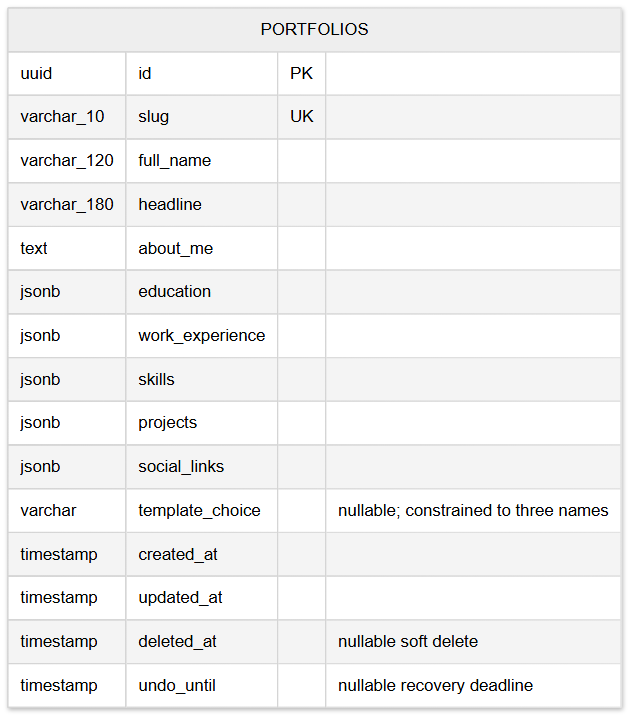
Above: docs/diagrams/portfolio-schema.png in crazyfrogfrog84-dotcom/portgen (Mermaid), before the change. Its source is kept beside it as docs/diagrams/portfolio-schema.mmd. The source it was exported from:
```mermaid
erDiagram
    PORTFOLIOS {
        uuid id PK
        varchar_10 slug UK
        varchar_120 full_name
        varchar_180 headline
        text about_me
        jsonb education
        jsonb work_experience
        jsonb skills
        jsonb projects
        jsonb social_links
        varchar template_choice "nullable; constrained to three names"
        timestamp created_at
        timestamp updated_at
        timestamp deleted_at "nullable soft delete"
        timestamp undo_until "nullable recovery deadline"
    }
```
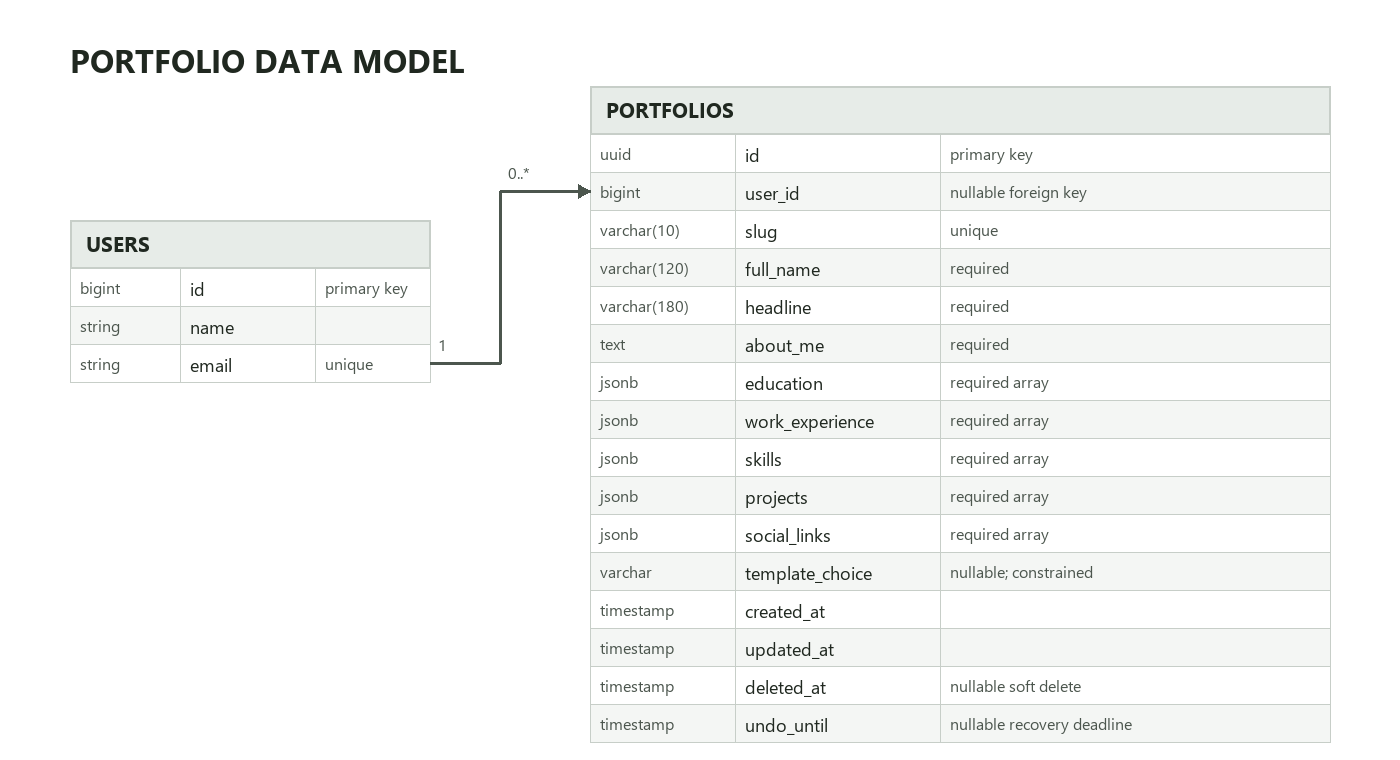
Later version of the same file.

What changed in the source:
```diff
@@ -1,6 +1,11 @@
 erDiagram
+    USERS ||--o{ PORTFOLIOS : owns
+    USERS {
+        bigint id PK
+    }
     PORTFOLIOS {
         uuid id PK
+        bigint user_id FK "nullable for guests"
         varchar_10 slug UK
         varchar_120 full_name
         varchar_180 headline
```
